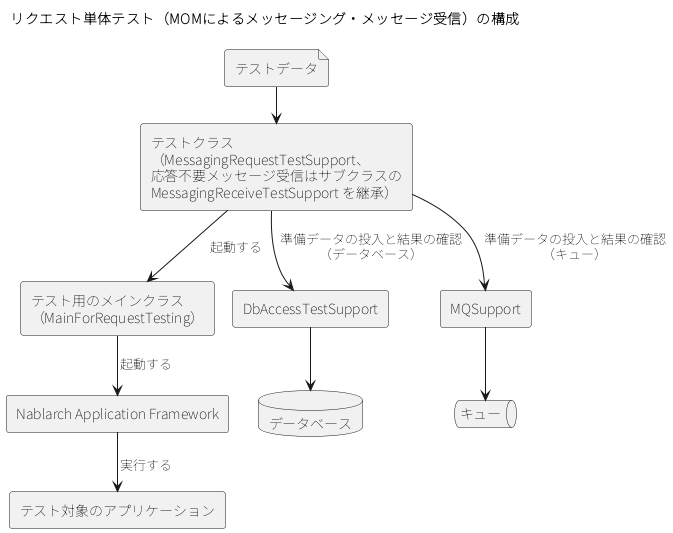
Earlier version of the PlantUML export ja/development_tools/testing_framework/implementation/request_unit_test/images/mom/request_test_components.png (nablarch/nablarch-document).
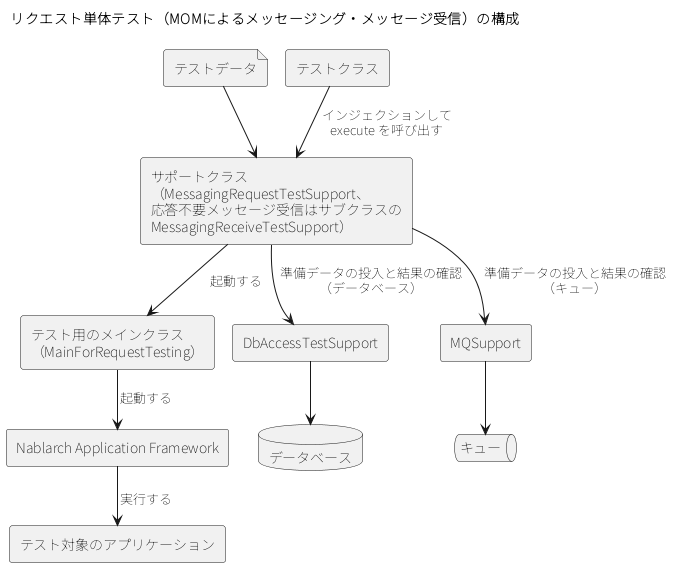
Later version of the same file.

Change to the diagram source:
```diff
@@ -4,7 +4,8 @@
 skinparam defaultFontName "Noto Sans JP"
 title リクエスト単体テスト（MOMによるメッセージング・メッセージ受信）の構成
 file "テストデータ" as TD
-rectangle "テストクラス\n（MessagingRequestTestSupport、\n応答不要メッセージ受信はサブクラスの\nMessagingReceiveTestSupport を継承）" as TC
+rectangle "テストクラス" as TC
+rectangle "サポートクラス\n（MessagingRequestTestSupport、\n応答不要メッセージ受信はサブクラスの\nMessagingReceiveTestSupport）" as SUP
 rectangle "テスト用のメインクラス\n（MainForRequestTesting）" as MAIN
 rectangle "Nablarch Application Framework" as NAF
 rectangle "テスト対象のアプリケーション" as APP
@@ -12,12 +13,13 @@
 rectangle "MQSupport" as MQS
 database "データベース" as DB
 queue "キュー" as Q
-TD --> TC
-TC --> MAIN : 起動する
+TD --> SUP
+TC --> SUP : インジェクションして\nexecute を呼び出す
+SUP --> MAIN : 起動する
 MAIN --> NAF : 起動する
 NAF --> APP : 実行する
-TC --> DATS : 準備データの投入と結果の確認\n（データベース）
-TC --> MQS : 準備データの投入と結果の確認\n（キュー）
+SUP --> DATS : 準備データの投入と結果の確認\n（データベース）
+SUP --> MQS : 準備データの投入と結果の確認\n（キュー）
 DATS --> DB
 MQS --> Q
 @enduml
```
